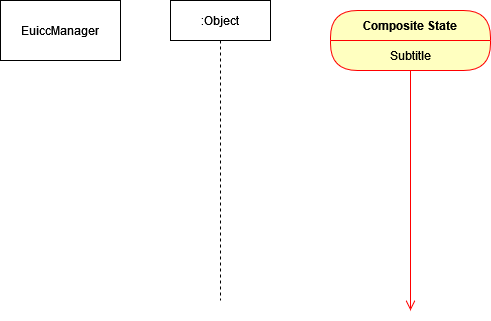
Earlier version of the draw.io export AddContactToFdnList.drawio.png (Bkingreturn/PicGallery). Source tidied: cells renumbered, new cells last; positions are measured from the earlier drawing's top-left corner, leaving out a move shared by most shapes.
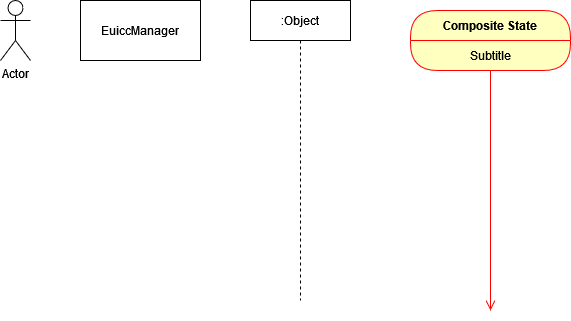
The same file after the commit.

The edit, as a diff of the source:
```diff
@@ -19,5 +19,8 @@
         <mxPoint x="410" y="310" as="targetPoint" />
       </mxGeometry>
     </mxCell>
+    <mxCell id="7" value="Actor" style="shape=umlActor;verticalLabelPosition=bottom;verticalAlign=top;html=1;" parent="1" vertex="1">
+      <mxGeometry x="-80" width="30" height="60" as="geometry" />
+    </mxCell>
   </root>
 </mxGraphModel>
```
